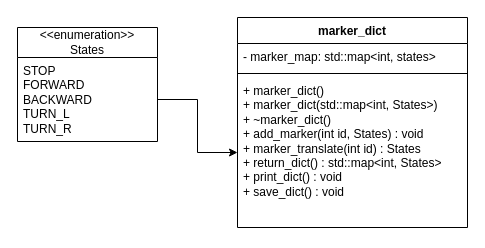
Earlier version of the draw.io diagram interim/class_diagram_reader.drawio (mxwlc/ee2project-2024-robot-power). Source tidied: cells renumbered, new cells numbered last; positions are measured from the earlier drawing's top-left corner, leaving out a move shared by most shapes. Both pictures are drawn from the tidied source at 100%, with x=0, y=0 at pixel (17, 17).
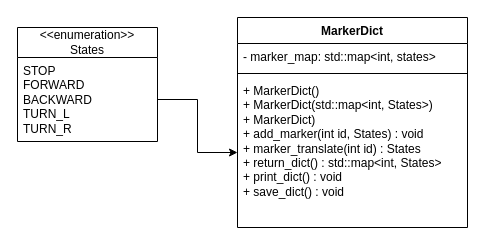
Above is the later version.

Diff of the diagram source:
```diff
@@
 <mxGraphModel>
   <root>
     <mxCell id="0" />
     <mxCell id="1" parent="0" />
-    <mxCell id="2" value="marker_dict" style="swimlane;fontStyle=1;align=center;verticalAlign=top;horizontal=1;startSize=26;whiteSpace=wrap;html=1;" parent="1" vertex="1">
+    <mxCell id="2" value="MarkerDict" style="swimlane;fontStyle=1;align=center;verticalAlign=top;horizontal=1;startSize=26;whiteSpace=wrap;html=1;" parent="1" vertex="1">
       <mxGeometry x="220" width="230" height="210" as="geometry" />
     </mxCell>
     <mxCell id="3" value="- marker_map: std::map&amp;lt;int, states&amp;gt;" style="text;strokeColor=none;fillColor=none;align=left;verticalAlign=top;spacingLeft=4;spacingRight=4;overflow=hidden;whiteSpace=wrap;html=1;" parent="2" vertex="1">
       <mxGeometry y="26" width="230" height="26" as="geometry" />
     </mxCell>
     <mxCell id="4" style="line;strokeWidth=1;fillColor=none;align=left;verticalAlign=middle;spacingTop=-1;spacingLeft=3;spacingRight=3;labelPosition=right;strokeColor=inherit;" parent="2" vertex="1">
       <mxGeometry y="52" width="230" height="8" as="geometry" />
     </mxCell>
-    <mxCell id="5" value="&lt;div&gt;+ marker_dict()&lt;br&gt;&lt;/div&gt;&lt;div&gt;+ marker_dict(std::map&amp;lt;int, States&amp;gt;)&lt;/div&gt;&lt;div&gt;+ ~marker_dict()&lt;/div&gt;&lt;div&gt;+ add_marker(int id, States) : void&lt;/div&gt;&lt;div&gt;+ marker_translate(int id) : States&lt;/div&gt;&lt;div&gt;+ return_dict() : std::map&amp;lt;int, States&amp;gt; &lt;br&gt;&lt;/div&gt;&lt;div&gt;+ print_dict() : void&lt;/div&gt;&lt;div&gt;+ save_dict() : void&lt;br&gt;&lt;/div&gt;" style="text;strokeColor=none;fillColor=none;align=left;verticalAlign=top;spacingLeft=4;spacingRight=4;overflow=hidden;points=[[0,0.5],[1,0.5]];portConstraint=eastwest;whiteSpace=wrap;html=1;" parent="2" vertex="1">
+    <mxCell id="5" value="&lt;div&gt;+ MarkerDict()&lt;br&gt;&lt;/div&gt;&lt;div&gt;+ MarkerDict(std::map&amp;lt;int, States&amp;gt;)&lt;/div&gt;&lt;div&gt;+ MarkerDict)&lt;/div&gt;&lt;div&gt;+ add_marker(int id, States) : void&lt;/div&gt;&lt;div&gt;+ marker_translate(int id) : States&lt;/div&gt;&lt;div&gt;+ return_dict() : std::map&amp;lt;int, States&amp;gt; &lt;br&gt;&lt;/div&gt;&lt;div&gt;+ print_dict() : void&lt;/div&gt;&lt;div&gt;+ save_dict() : void&lt;br&gt;&lt;/div&gt;" style="text;strokeColor=none;fillColor=none;align=left;verticalAlign=top;spacingLeft=4;spacingRight=4;overflow=hidden;points=[[0,0.5],[1,0.5]];portConstraint=eastwest;whiteSpace=wrap;html=1;" parent="2" vertex="1">
       <mxGeometry y="60" width="230" height="150" as="geometry" />
     </mxCell>
     <mxCell id="6" value="&lt;div&gt;&amp;lt;&amp;lt;enumeration&amp;gt;&amp;gt;&lt;/div&gt;&lt;div&gt;States&lt;br&gt;&lt;/div&gt;" style="swimlane;fontStyle=0;horizontal=1;startSize=30;fillColor=none;whiteSpace=wrap;html=1;" parent="1" vertex="1">
       <mxGeometry y="10" width="140" height="114" as="geometry" />
     </mxCell>
     <mxCell id="7" value="&lt;div&gt;STOP&lt;/div&gt;&lt;div&gt;FORWARD&lt;/div&gt;&lt;div&gt;BACKWARD&lt;/div&gt;&lt;div&gt;TURN_L&lt;/div&gt;&lt;div&gt;TURN_R&lt;br&gt;&lt;/div&gt;" style="text;strokeColor=none;fillColor=none;align=left;verticalAlign=top;spacingLeft=4;spacingRight=4;overflow=hidden;points=[[0,0.5],[1,0.5]];portConstraint=eastwest;whiteSpace=wrap;html=1;" parent="6" vertex="1">
       <mxGeometry y="30" width="140" height="84" as="geometry" />
     </mxCell>
     <mxCell id="8" style="edgeStyle=orthogonalEdgeStyle;rounded=0;jettySize=auto;html=1;" parent="1" edge="1" source="7" target="5">
       <mxGeometry relative="1" as="geometry" />
     </mxCell>
   </root>
 </mxGraphModel>
```
